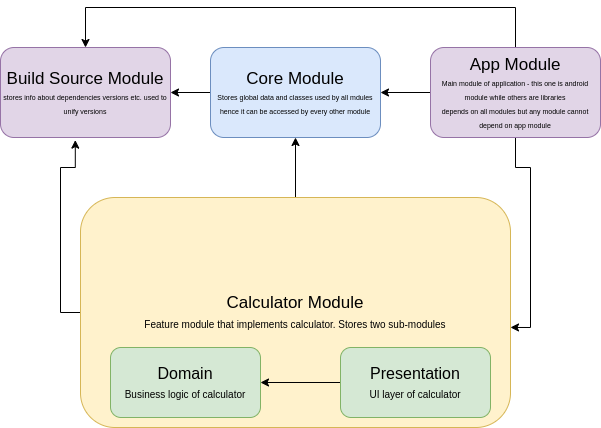
This is media/calc_modules.drawio.png from MichalxPZ/SmartCalc, a draw.io export, as it was before one commit. Source tidied: cells renumbered, new cells last; positions are measured from the earlier drawing's top-left corner, leaving out a move shared by most shapes.
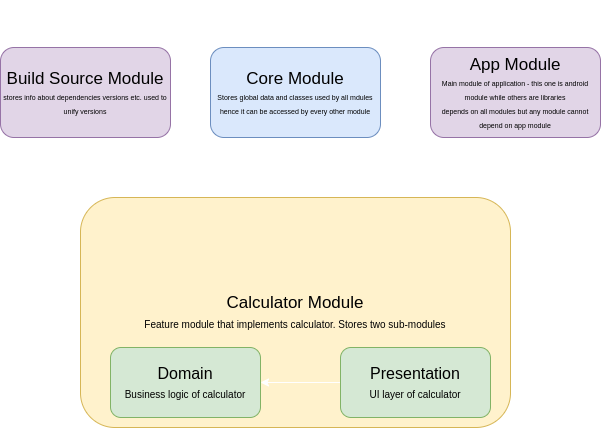
After the commit.

Change to the diagram source:
```diff
@@ -2,7 +2,7 @@
   <root>
     <mxCell id="0" />
     <mxCell id="1" parent="0" />
-    <mxCell id="2" style="edgeStyle=orthogonalEdgeStyle;rounded=0;jettySize=auto;html=1;fontSize=10;" parent="1" edge="1" source="3" target="4">
+    <mxCell id="2" style="edgeStyle=orthogonalEdgeStyle;rounded=0;jettySize=auto;html=1;fontSize=10;strokeColor=#FFFFFF;" parent="1" edge="1" source="3" target="4">
       <mxGeometry relative="1" as="geometry" />
     </mxCell>
     <mxCell id="3" value="&lt;font style=&quot;font-size: 17px&quot;&gt;Core Module&lt;br&gt;&lt;/font&gt;&lt;font style=&quot;font-size: 7px&quot;&gt;Stores global data and classes used by all mdules&lt;br&gt;hence it can be accessed by every other module&lt;br&gt;&lt;/font&gt;" style="rounded=1;whiteSpace=wrap;html=1;fillColor=#dae8fc;strokeColor=#6c8ebf;" parent="1" vertex="1">
@@ -11,7 +11,7 @@
     <mxCell id="4" value="&lt;font style=&quot;font-size: 17px&quot;&gt;Build Source Module&lt;br&gt;&lt;/font&gt;&lt;font style=&quot;font-size: 7px&quot;&gt;stores info about dependencies versions etc. used to unify versions&lt;/font&gt;" style="rounded=1;whiteSpace=wrap;html=1;fillColor=#e1d5e7;strokeColor=#9673a6;" parent="1" vertex="1">
       <mxGeometry y="40" width="170" height="90" as="geometry" />
     </mxCell>
-    <mxCell id="5" style="edgeStyle=orthogonalEdgeStyle;rounded=0;jettySize=auto;html=1;entryX=0.5;entryY=0;entryDx=0;entryDy=0;fontSize=10;" parent="1" edge="1" source="8" target="4">
+    <mxCell id="5" style="edgeStyle=orthogonalEdgeStyle;rounded=0;jettySize=auto;html=1;entryX=0.5;entryY=0;entryDx=0;entryDy=0;fontSize=10;strokeColor=#FFFFFF;" parent="1" edge="1" source="8" target="4">
       <mxGeometry relative="1" as="geometry">
         <Array as="points">
           <mxPoint x="515" />
@@ -19,19 +19,19 @@
         </Array>
       </mxGeometry>
     </mxCell>
-    <mxCell id="6" style="edgeStyle=orthogonalEdgeStyle;rounded=0;jettySize=auto;html=1;fontSize=10;" parent="1" edge="1" source="8" target="3">
+    <mxCell id="6" style="edgeStyle=orthogonalEdgeStyle;rounded=0;jettySize=auto;html=1;fontSize=10;strokeColor=#FFFFFF;" parent="1" edge="1" source="8" target="3">
       <mxGeometry relative="1" as="geometry" />
     </mxCell>
-    <mxCell id="7" style="edgeStyle=orthogonalEdgeStyle;rounded=0;jettySize=auto;html=1;exitX=0.5;exitY=1;exitDx=0;exitDy=0;entryX=1;entryY=0.565;entryDx=0;entryDy=0;entryPerimeter=0;fontSize=10;" parent="1" edge="1" source="8" target="11">
+    <mxCell id="7" style="edgeStyle=orthogonalEdgeStyle;rounded=0;jettySize=auto;html=1;exitX=0.5;exitY=1;exitDx=0;exitDy=0;entryX=1;entryY=0.565;entryDx=0;entryDy=0;entryPerimeter=0;fontSize=10;strokeColor=#FFFFFF;" parent="1" edge="1" source="8" target="11">
       <mxGeometry relative="1" as="geometry" />
     </mxCell>
     <mxCell id="8" value="&lt;font style=&quot;font-size: 17px&quot;&gt;App Module&lt;br&gt;&lt;/font&gt;&lt;span style=&quot;font-size: 7px&quot;&gt;Main module of application - this one is android module while others are libraries&lt;br&gt;depends on all modules but any module cannot depend on app module&lt;br&gt;&lt;/span&gt;" style="rounded=1;whiteSpace=wrap;html=1;fillColor=#e1d5e7;strokeColor=#9673a6;" parent="1" vertex="1">
       <mxGeometry x="430" y="40" width="170" height="90" as="geometry" />
     </mxCell>
-    <mxCell id="9" style="edgeStyle=orthogonalEdgeStyle;rounded=0;jettySize=auto;html=1;entryX=0.5;entryY=1;entryDx=0;entryDy=0;fontSize=10;" parent="1" edge="1" source="11" target="3">
+    <mxCell id="9" style="edgeStyle=orthogonalEdgeStyle;rounded=0;jettySize=auto;html=1;entryX=0.5;entryY=1;entryDx=0;entryDy=0;fontSize=10;strokeColor=#FFFFFF;" parent="1" edge="1" source="11" target="3">
       <mxGeometry relative="1" as="geometry" />
     </mxCell>
-    <mxCell id="10" style="edgeStyle=orthogonalEdgeStyle;rounded=0;jettySize=auto;html=1;exitX=0;exitY=0.5;exitDx=0;exitDy=0;entryX=0.44;entryY=1.029;entryDx=0;entryDy=0;entryPerimeter=0;fontSize=10;" parent="1" edge="1" source="11" target="4">
+    <mxCell id="10" style="edgeStyle=orthogonalEdgeStyle;rounded=0;jettySize=auto;html=1;exitX=0;exitY=0.5;exitDx=0;exitDy=0;entryX=0.44;entryY=1.029;entryDx=0;entryDy=0;entryPerimeter=0;fontSize=10;strokeColor=#FFFFFF;" parent="1" edge="1" source="11" target="4">
       <mxGeometry relative="1" as="geometry" />
     </mxCell>
     <mxCell id="11" value="Calculator Module&lt;br style=&quot;font-size: 16px&quot;&gt;&lt;font size=&quot;1&quot;&gt;Feature module that implements calculator. Stores two sub-modules&lt;/font&gt;" style="rounded=1;whiteSpace=wrap;html=1;fontSize=17;fillColor=#fff2cc;strokeColor=#d6b656;" parent="1" vertex="1">
@@ -40,7 +40,7 @@
     <mxCell id="12" value="Domain&lt;br style=&quot;font-size: 15px&quot;&gt;&lt;font size=&quot;1&quot;&gt;Business logic of calculator&lt;/font&gt;" style="rounded=1;whiteSpace=wrap;html=1;fontSize=16;fillColor=#d5e8d4;strokeColor=#82b366;" parent="1" vertex="1">
       <mxGeometry x="110" y="340" width="150" height="70" as="geometry" />
     </mxCell>
-    <mxCell id="13" style="edgeStyle=orthogonalEdgeStyle;rounded=0;jettySize=auto;html=1;entryX=1;entryY=0.5;entryDx=0;entryDy=0;fontSize=10;" parent="1" edge="1" source="14" target="12">
+    <mxCell id="13" style="edgeStyle=orthogonalEdgeStyle;rounded=0;jettySize=auto;html=1;entryX=1;entryY=0.5;entryDx=0;entryDy=0;fontSize=10;strokeColor=#FFFFFF;" parent="1" edge="1" source="14" target="12">
       <mxGeometry relative="1" as="geometry" />
     </mxCell>
     <mxCell id="14" value="Presentation&lt;br&gt;&lt;font style=&quot;font-size: 10px&quot;&gt;UI layer of calculator&lt;/font&gt;" style="rounded=1;whiteSpace=wrap;html=1;fontSize=16;fillColor=#d5e8d4;strokeColor=#82b366;" parent="1" vertex="1">
```
